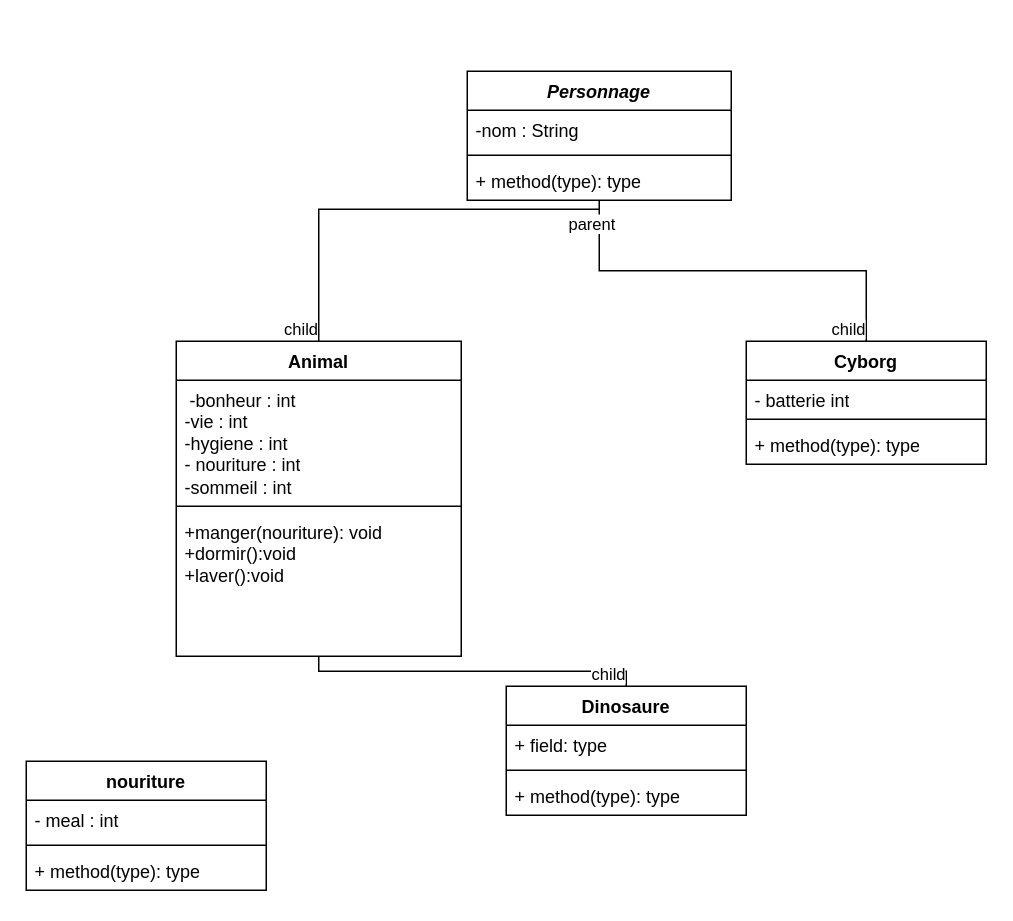
Before: page "Page-2" (2 of 2) of Diagram.drawio in BMaurice56/Tamagotchi, a draw.io diagram. Source tidied: cells renumbered, new cells numbered last; positions are measured from the earlier drawing's top-left corner, leaving out a move shared by most shapes. Both pictures are drawn from the tidied source at 150%, with x=0, y=0 at pixel (26, 70).
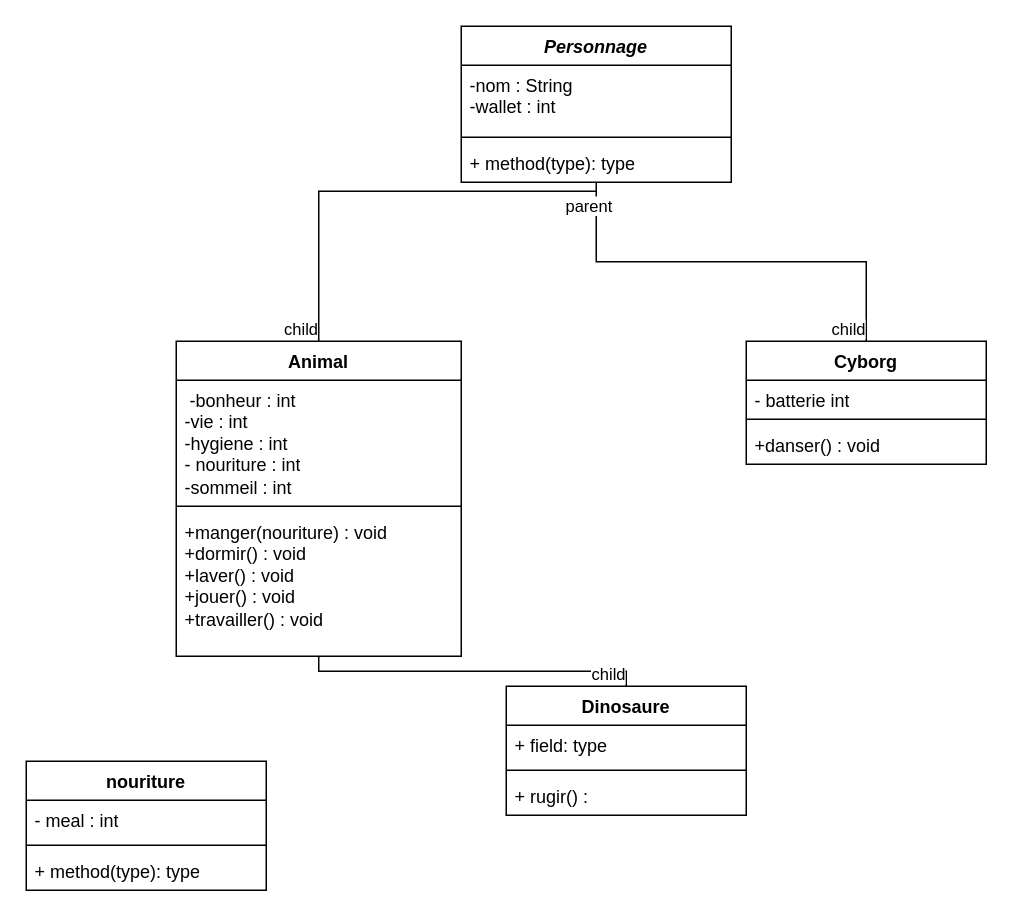
Above is the later version.

Commit message (it also covers changes not shown here):
Mettre à jour Diagram.drawio

The change refers to these unchanged cells:
```xml
<mxCell id="6" value="Dinosaure" style="swimlane;fontStyle=1;align=center;verticalAlign=top;horizontal=1;startSize=26;whiteSpace=wrap;html=1;" parent="1" vertex="1">
  <mxGeometry x="320" y="410" width="160" height="86" as="geometry" />
</mxCell>
<mxCell id="10" value="Cyborg" style="swimlane;fontStyle=1;align=center;verticalAlign=top;horizontal=1;startSize=26;whiteSpace=wrap;html=1;" parent="1" vertex="1">
  <mxGeometry x="480" y="180" width="160" height="82" as="geometry" />
</mxCell>
<mxCell id="14" value="Animal" style="swimlane;fontStyle=1;align=center;verticalAlign=top;horizontal=1;startSize=26;whiteSpace=wrap;html=1;" parent="1" vertex="1">
  <mxGeometry x="100" y="180" width="190" height="210" as="geometry" />
</mxCell>
```

What changed in the source:
```diff
@@
     <mxCell id="2" value="&lt;i&gt;Personnage&lt;/i&gt;" style="swimlane;fontStyle=1;align=center;verticalAlign=top;horizontal=1;startSize=26;whiteSpace=wrap;html=1;" parent="1" vertex="1">
-      <mxGeometry x="294" width="176" height="86" as="geometry" />
+      <mxGeometry x="290" y="-30" width="180" height="104" as="geometry" />
     </mxCell>
-    <mxCell id="3" value="-nom : String" style="text;strokeColor=none;fillColor=none;align=left;verticalAlign=top;spacingLeft=4;spacingRight=4;overflow=hidden;whiteSpace=wrap;html=1;" parent="2" vertex="1">
-      <mxGeometry y="26" width="176" height="26" as="geometry" />
+    <mxCell id="3" value="&lt;div&gt;-nom : String&lt;/div&gt;&lt;div&gt;-wallet : int &lt;br&gt;&lt;/div&gt;" style="text;strokeColor=none;fillColor=none;align=left;verticalAlign=top;spacingLeft=4;spacingRight=4;overflow=hidden;whiteSpace=wrap;html=1;" parent="2" vertex="1">
+      <mxGeometry y="26" width="180" height="44" as="geometry" />
     </mxCell>
     <mxCell id="4" style="line;strokeWidth=1;fillColor=none;align=left;verticalAlign=middle;spacingTop=-1;spacingLeft=3;spacingRight=3;labelPosition=right;strokeColor=inherit;" parent="2" vertex="1">
-      <mxGeometry y="52" width="176" height="8" as="geometry" />
+      <mxGeometry y="70" width="180" height="8" as="geometry" />
     </mxCell>
     <mxCell id="5" value="+ method(type): type" style="text;strokeColor=none;fillColor=none;align=left;verticalAlign=top;spacingLeft=4;spacingRight=4;overflow=hidden;points=[[0,0.5],[1,0.5]];portConstraint=eastwest;whiteSpace=wrap;html=1;" parent="2" vertex="1">
-      <mxGeometry y="60" width="176" height="26" as="geometry" />
+      <mxGeometry y="78" width="180" height="26" as="geometry" />
     </mxCell>
@@
-    <mxCell id="9" value="+ method(type): type" style="text;strokeColor=none;fillColor=none;align=left;verticalAlign=top;spacingLeft=4;spacingRight=4;overflow=hidden;whiteSpace=wrap;html=1;" parent="6" vertex="1">
+    <mxCell id="9" value="+ rugir() : " style="text;strokeColor=none;fillColor=none;align=left;verticalAlign=top;spacingLeft=4;spacingRight=4;overflow=hidden;whiteSpace=wrap;html=1;" parent="6" vertex="1">
       <mxGeometry y="60" width="160" height="26" as="geometry" />
     </mxCell>
@@
-    <mxCell id="13" value="+ method(type): type" style="text;strokeColor=none;fillColor=none;align=left;verticalAlign=top;spacingLeft=4;spacingRight=4;overflow=hidden;whiteSpace=wrap;html=1;" parent="10" vertex="1">
+    <mxCell id="13" value="+danser() : void" style="text;strokeColor=none;fillColor=none;align=left;verticalAlign=top;spacingLeft=4;spacingRight=4;overflow=hidden;whiteSpace=wrap;html=1;" parent="10" vertex="1">
       <mxGeometry y="56" width="160" height="26" as="geometry" />
     </mxCell>
@@
-    <mxCell id="17" value="&lt;div&gt;+manger(nouriture): void&lt;/div&gt;&lt;div&gt;+dormir():void&lt;/div&gt;&lt;div&gt;+laver():void&lt;br&gt;&lt;/div&gt;" style="text;strokeColor=none;fillColor=none;align=left;verticalAlign=top;spacingLeft=4;spacingRight=4;overflow=hidden;whiteSpace=wrap;html=1;" parent="14" vertex="1">
+    <mxCell id="17" value="&lt;div&gt;+manger(nouriture) : void&lt;/div&gt;&lt;div&gt;+dormir() : void&lt;/div&gt;&lt;div&gt;+laver() : void&lt;/div&gt;&lt;div&gt;+jouer() : void&lt;/div&gt;&lt;div&gt;+travailler() : void&lt;br&gt;&lt;/div&gt;" style="text;strokeColor=none;fillColor=none;align=left;verticalAlign=top;spacingLeft=4;spacingRight=4;overflow=hidden;whiteSpace=wrap;html=1;" parent="14" vertex="1">
       <mxGeometry y="114" width="190" height="96" as="geometry" />
     </mxCell>
```
